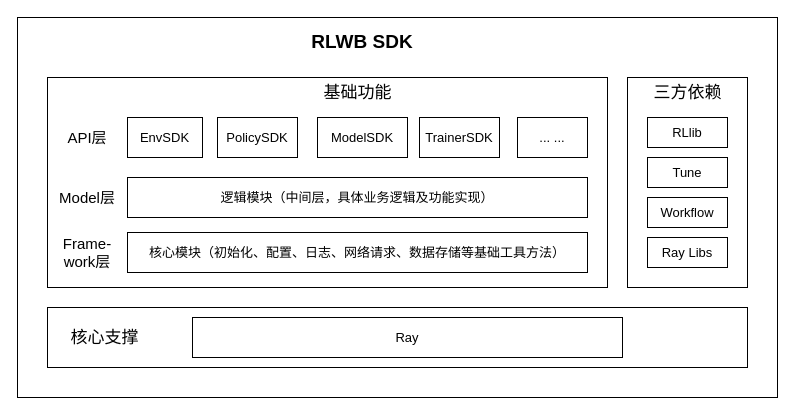
This is page "Page-1" (1 of 2) of SDK架构图.drawio from japsonzbz/Miscellaneous, a draw.io file, before an edit. Source tidied: cells renumbered, new cells numbered last; positions are measured from the earlier drawing's top-left corner, leaving out a move shared by most shapes. Both pictures are drawn from the tidied source at 100%, with x=0, y=0 at pixel (17, 17).
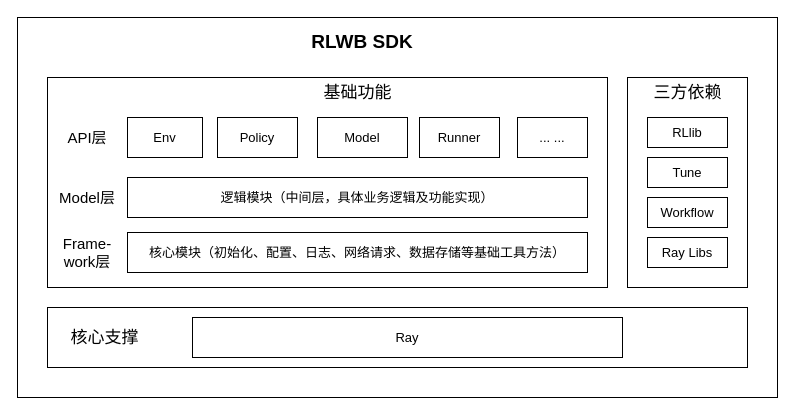
The same diagram, later.

Change to the diagram source:
```diff
@@
-    <mxCell id="10" value="&lt;font style=&quot;font-size: 13px&quot;&gt;EnvSDK&lt;/font&gt;" style="rounded=0;whiteSpace=wrap;html=1;fontSize=17;" parent="1" vertex="1">
+    <mxCell id="10" value="&lt;font style=&quot;font-size: 13px&quot;&gt;Env&lt;/font&gt;" style="rounded=0;whiteSpace=wrap;html=1;fontSize=17;" parent="1" vertex="1">
       <mxGeometry x="110" y="100" width="75" height="40" as="geometry" />
     </mxCell>
-    <mxCell id="11" value="&lt;font style=&quot;font-size: 13px&quot;&gt;PolicySDK&lt;/font&gt;" style="rounded=0;whiteSpace=wrap;html=1;fontSize=17;" parent="1" vertex="1">
+    <mxCell id="11" value="&lt;font style=&quot;font-size: 13px&quot;&gt;Policy&lt;/font&gt;" style="rounded=0;whiteSpace=wrap;html=1;fontSize=17;" parent="1" vertex="1">
       <mxGeometry x="200" y="100" width="80" height="40" as="geometry" />
     </mxCell>
-    <mxCell id="12" value="&lt;font style=&quot;font-size: 13px&quot;&gt;ModelSDK&lt;/font&gt;" style="rounded=0;whiteSpace=wrap;html=1;fontSize=17;" parent="1" vertex="1">
+    <mxCell id="12" value="&lt;font style=&quot;font-size: 13px&quot;&gt;Model&lt;/font&gt;" style="rounded=0;whiteSpace=wrap;html=1;fontSize=17;" parent="1" vertex="1">
       <mxGeometry x="300" y="100" width="90" height="40" as="geometry" />
     </mxCell>
-    <mxCell id="13" value="&lt;font style=&quot;font-size: 13px&quot;&gt;TrainerSDK&lt;/font&gt;" style="rounded=0;whiteSpace=wrap;html=1;fontSize=17;" parent="1" vertex="1">
+    <mxCell id="13" value="&lt;span style=&quot;font-size: 13px&quot;&gt;Runner&lt;/span&gt;" style="rounded=0;whiteSpace=wrap;html=1;fontSize=17;" parent="1" vertex="1">
       <mxGeometry x="402" y="100" width="80" height="40" as="geometry" />
     </mxCell>
```
